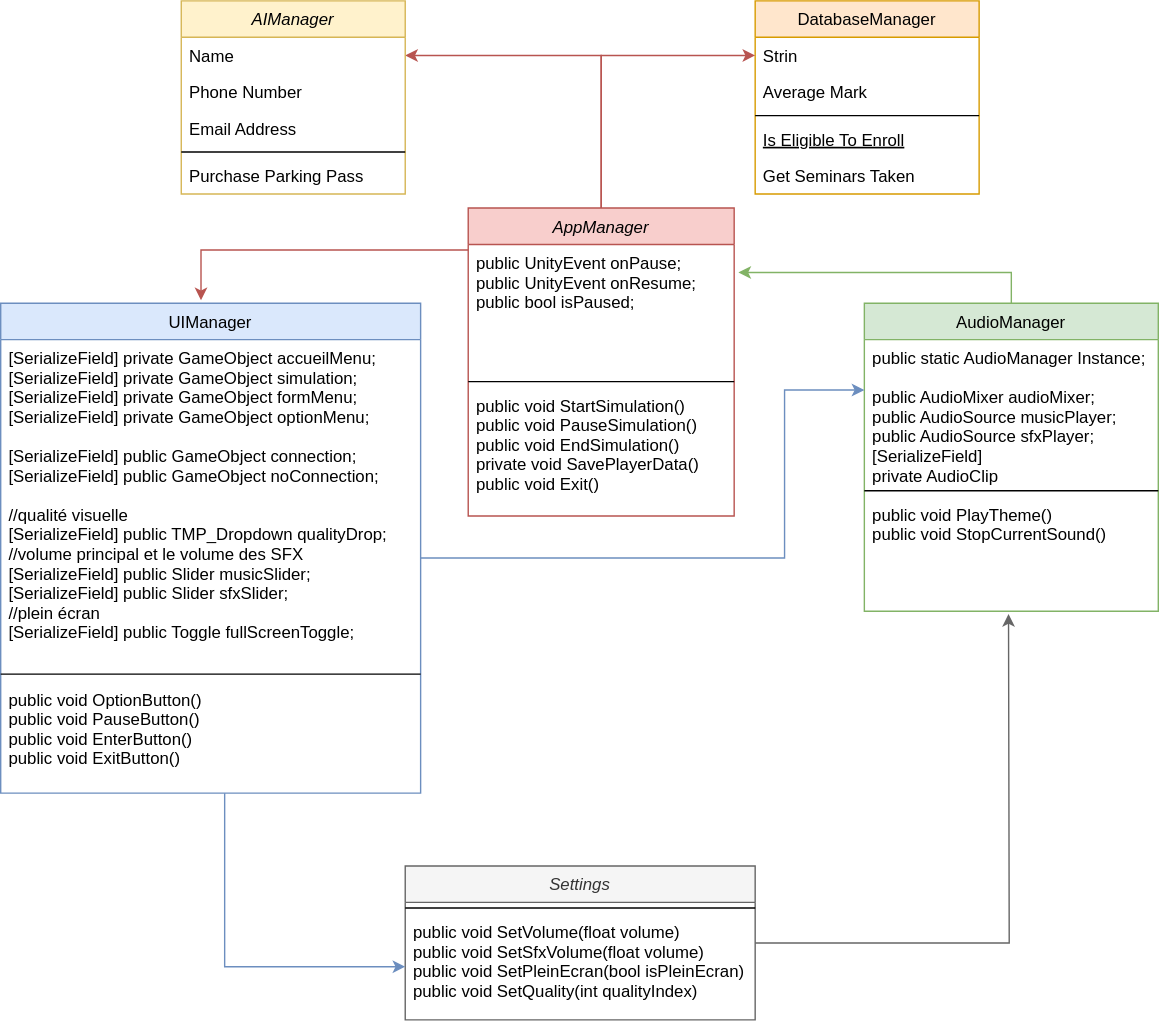
Ashura100/ProjetStage keeps this draw.io diagram as Stage.drawio.svg. Above is the earlier version. Source tidied: cells renumbered, new cells last; positions are measured from the earlier drawing's top-left corner, leaving out a move shared by most shapes.
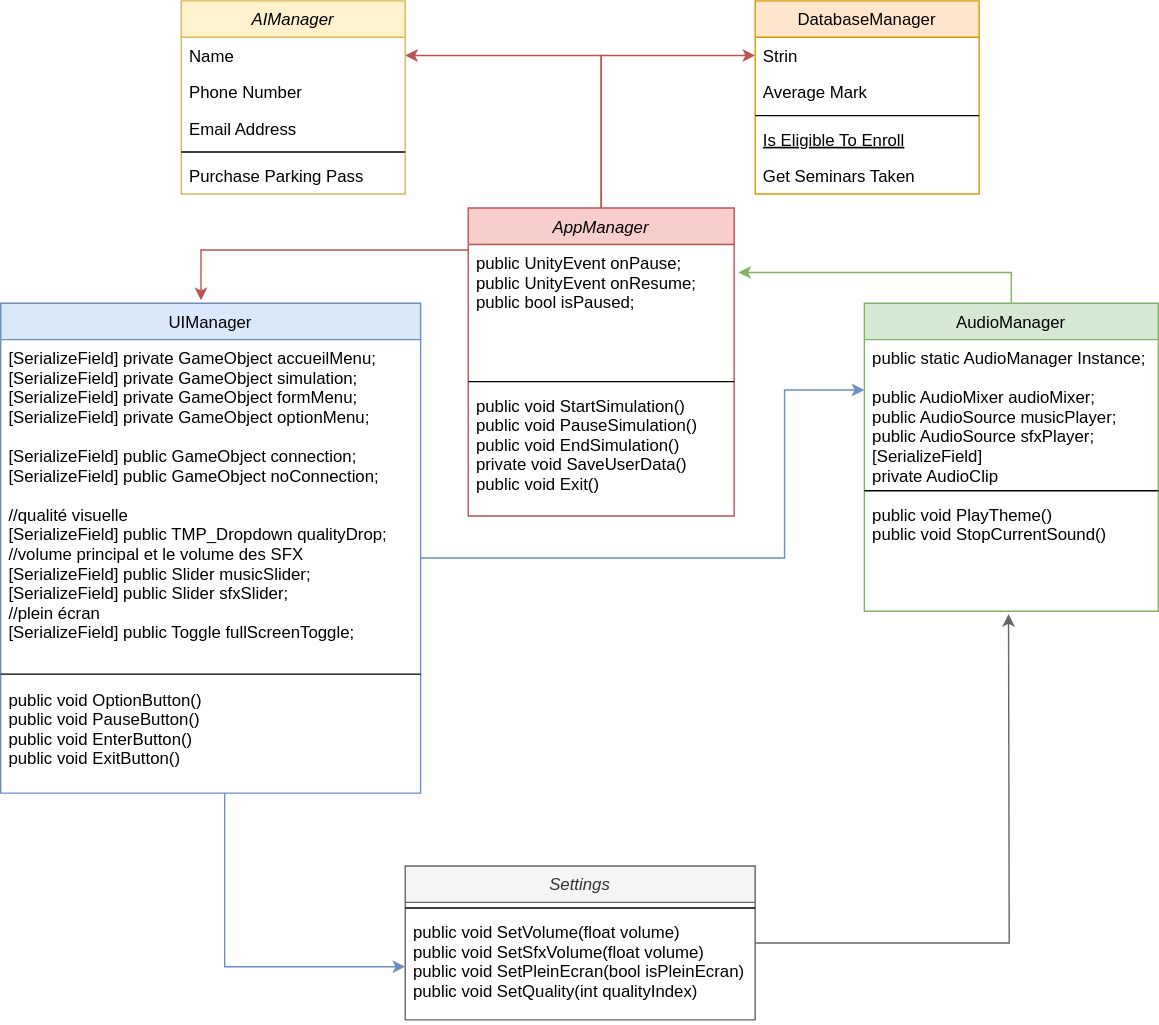
Above is the later version.

Commit message:
Mettre à jour Stage.drawio.svg

What changed in the source:
```diff
@@ -73,7 +73,7 @@
     <mxCell id="24" style="line;html=1;strokeWidth=1;align=left;verticalAlign=middle;spacingTop=-1;spacingLeft=3;spacingRight=3;labelPosition=right;" parent="22" vertex="1">
       <mxGeometry y="120" width="190" height="8" as="geometry" />
     </mxCell>
-    <mxCell id="25" value="public void StartSimulation()&#10;public void PauseSimulation()&#10;public void EndSimulation()&#10;private void SavePlayerData()&#10;public void Exit()" style="text;align=left;verticalAlign=top;spacingLeft=4;spacingRight=4;overflow=hidden;" parent="22" vertex="1">
+    <mxCell id="25" value="public void StartSimulation()&#10;public void PauseSimulation()&#10;public void EndSimulation()&#10;private void SaveUserData()&#10;public void Exit()" style="text;align=left;verticalAlign=top;spacingLeft=4;spacingRight=4;overflow=hidden;" parent="22" vertex="1">
       <mxGeometry y="128" width="190" height="92" as="geometry" />
     </mxCell>
     <mxCell id="26" value="AIManager" style="swimlane;fontStyle=2;align=center;verticalAlign=top;horizontal=1;startSize=26;rounded=0;shadow=0;strokeWidth=1;fillColor=#fff2cc;strokeColor=#d6b656;" parent="1" vertex="1">
```
